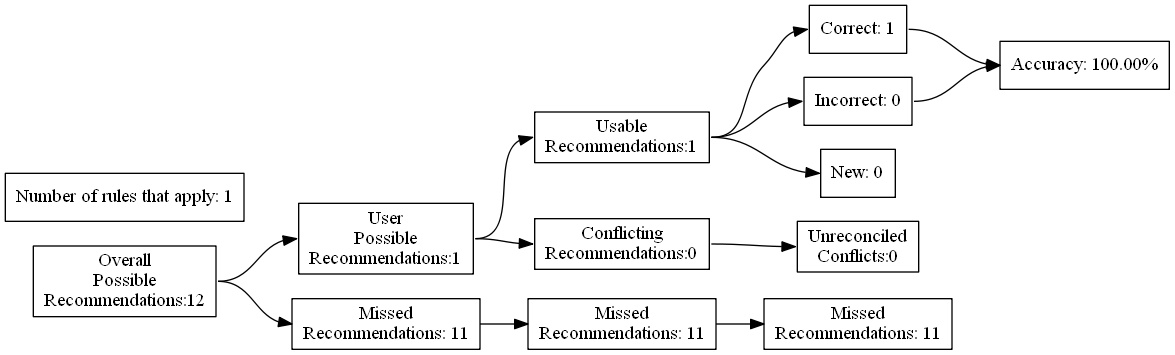
The Graphviz diagram test_renders/30.gv.png in ZaxR/ibd_diet_analysis, before a commit. Its source is kept beside it as test_renders/30.gv.
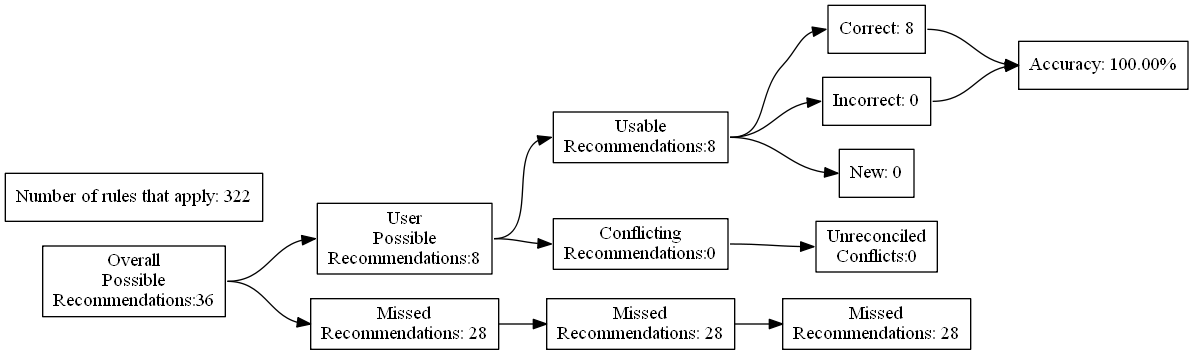
The same file after the commit.

What changed in the source:
```diff
@@ -4,27 +4,27 @@
 	edge [headport=w tailport=e]
 		A [label="Overall
 Possible
-Recommendations:12"]
+Recommendations:36"]
 		B [label="User
 Possible
-Recommendations:1"]
+Recommendations:8"]
 		C [label="Missed
-Recommendations: 11"]
+Recommendations: 28"]
 		D [label="Usable
-Recommendations:1"]
+Recommendations:8"]
 		E [label="Conflicting
 Recommendations:0"]
 		J [label="Missed
-Recommendations: 11"]
+Recommendations: 28"]
 		M [label="Unreconciled
 Conflicts:0"]
-		F [label="Correct: 1"]
+		F [label="Correct: 8"]
 		G [label="Incorrect: 0"]
 		H [label="New: 0"]
 		K [label="Missed
-Recommendations: 11"]
+Recommendations: 28"]
 		I [label="Accuracy: 100.00%"]
-		l [label="Number of rules that apply: 1"]
+		l [label="Number of rules that apply: 322"]
 			A -> B
 			A -> C
 			B -> D
```
